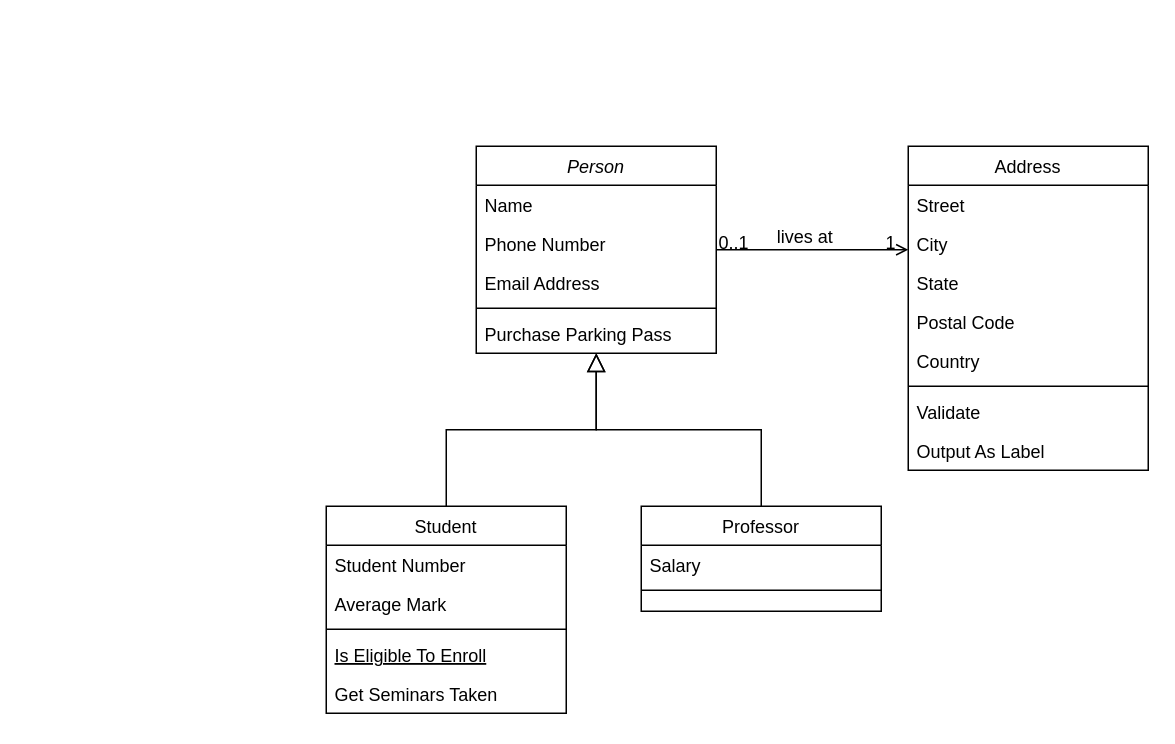
Before: Untitled Diagram.drawio in basselin2/IntroToPythonLCC, a draw.io diagram. Source tidied: cells renumbered, new cells numbered last; positions are measured from the earlier drawing's top-left corner, leaving out a move shared by most shapes. Both pictures are drawn from the tidied source at 150%, with x=0, y=0 at pixel (326, 146).
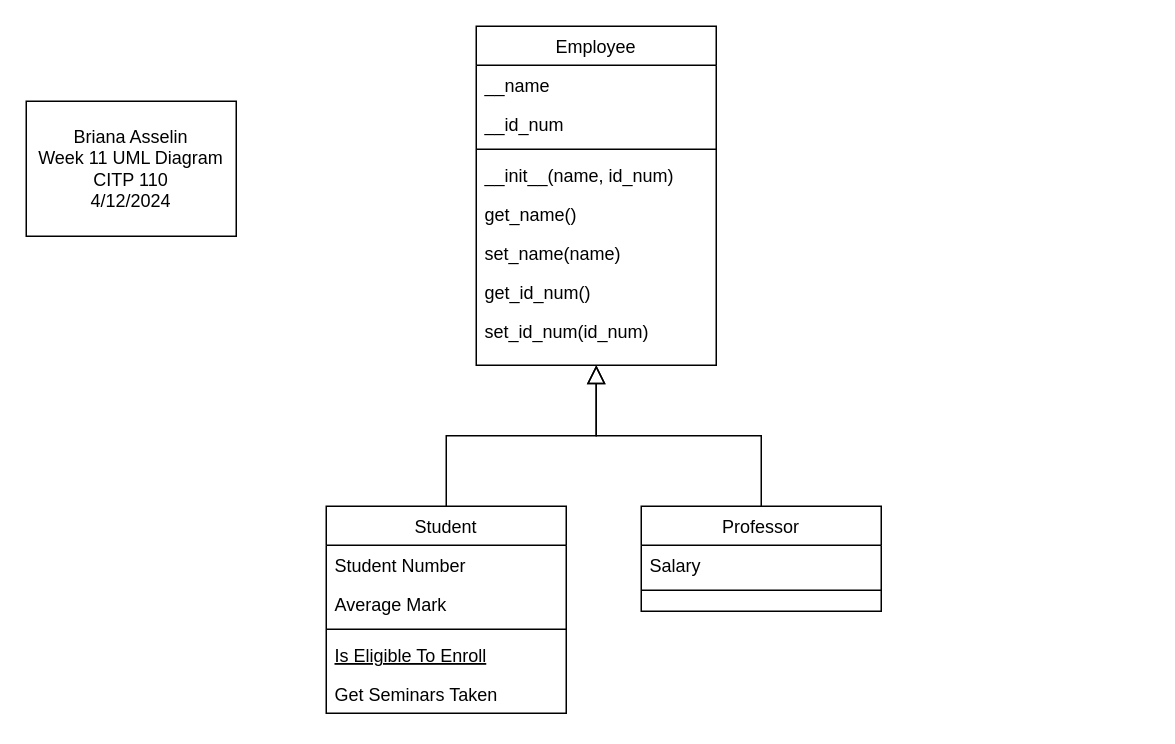
The same page after the edit.

What changed in the source:
```diff
@@
-    <mxCell id="2" value="Person" style="swimlane;fontStyle=2;align=center;verticalAlign=top;horizontal=1;startSize=26;rounded=0;shadow=0;strokeWidth=1;" parent="1" vertex="1">
-      <mxGeometry x="100" width="160" height="138" as="geometry" />
+    <mxCell id="2" value="Employee" style="swimlane;fontStyle=0;align=center;verticalAlign=top;horizontal=1;startSize=26;rounded=0;shadow=0;strokeWidth=1;" parent="1" vertex="1">
+      <mxGeometry x="100" y="-80" width="160" height="226" as="geometry" />
     </mxCell>
-    <mxCell id="3" value="Name" style="text;align=left;verticalAlign=top;spacingLeft=4;spacingRight=4;overflow=hidden;" parent="2" vertex="1">
+    <mxCell id="3" value="__name" style="text;align=left;verticalAlign=top;spacingLeft=4;spacingRight=4;overflow=hidden;" parent="2" vertex="1">
       <mxGeometry y="26" width="160" height="26" as="geometry" />
     </mxCell>
-    <mxCell id="4" value="Phone Number" style="text;align=left;verticalAlign=top;spacingLeft=4;spacingRight=4;overflow=hidden;rounded=0;shadow=0;html=0;" parent="2" vertex="1">
+    <mxCell id="4" value="__id_num" style="text;align=left;verticalAlign=top;spacingLeft=4;spacingRight=4;overflow=hidden;rounded=0;shadow=0;html=0;" parent="2" vertex="1">
       <mxGeometry y="52" width="160" height="26" as="geometry" />
     </mxCell>
-    <mxCell id="5" value="Email Address" style="text;align=left;verticalAlign=top;spacingLeft=4;spacingRight=4;overflow=hidden;rounded=0;shadow=0;html=0;" parent="2" vertex="1">
-      <mxGeometry y="78" width="160" height="26" as="geometry" />
-    </mxCell>
     <mxCell id="6" style="line;html=1;strokeWidth=1;align=left;verticalAlign=middle;spacingTop=-1;spacingLeft=3;spacingRight=3;labelPosition=right;" parent="2" vertex="1">
-      <mxGeometry y="104" width="160" height="8" as="geometry" />
+      <mxGeometry y="78" width="160" height="8" as="geometry" />
     </mxCell>
-    <mxCell id="7" value="Purchase Parking Pass" style="text;align=left;verticalAlign=top;spacingLeft=4;spacingRight=4;overflow=hidden;" parent="2" vertex="1">
-      <mxGeometry y="112" width="160" height="26" as="geometry" />
+    <mxCell id="7" value="__init__(name, id_num)" style="text;align=left;verticalAlign=top;spacingLeft=4;spacingRight=4;overflow=hidden;" parent="2" vertex="1">
+      <mxGeometry y="86" width="160" height="26" as="geometry" />
     </mxCell>
+    <mxCell id="32" value="get_name()" style="text;align=left;verticalAlign=top;spacingLeft=4;spacingRight=4;overflow=hidden;" parent="2" vertex="1">
+      <mxGeometry y="112" width="160" height="26" as="geometry" />
+    </mxCell>
+    <mxCell id="33" value="set_name(name)" style="text;align=left;verticalAlign=top;spacingLeft=4;spacingRight=4;overflow=hidden;" parent="2" vertex="1">
+      <mxGeometry y="138" width="160" height="26" as="geometry" />
+    </mxCell>
+    <mxCell id="34" value="get_id_num()" style="text;align=left;verticalAlign=top;spacingLeft=4;spacingRight=4;overflow=hidden;" parent="2" vertex="1">
+      <mxGeometry y="164" width="160" height="26" as="geometry" />
+    </mxCell>
+    <mxCell id="35" value="set_id_num(id_num)" style="text;align=left;verticalAlign=top;spacingLeft=4;spacingRight=4;overflow=hidden;" parent="2" vertex="1">
+      <mxGeometry y="190" width="160" height="26" as="geometry" />
+    </mxCell>
@@
-    <mxCell id="19" value="Address" style="swimlane;fontStyle=0;align=center;verticalAlign=top;horizontal=1;startSize=26;rounded=0;shadow=0;strokeWidth=1;" parent="1" vertex="1">
-      <mxGeometry x="388" width="160" height="216" as="geometry" />
-    </mxCell>
-    <mxCell id="20" value="Street" style="text;align=left;verticalAlign=top;spacingLeft=4;spacingRight=4;overflow=hidden;" parent="19" vertex="1">
-      <mxGeometry y="26" width="160" height="26" as="geometry" />
-    </mxCell>
-    <mxCell id="21" value="City" style="text;align=left;verticalAlign=top;spacingLeft=4;spacingRight=4;overflow=hidden;rounded=0;shadow=0;html=0;" parent="19" vertex="1">
-      <mxGeometry y="52" width="160" height="26" as="geometry" />
-    </mxCell>
-    <mxCell id="22" value="State" style="text;align=left;verticalAlign=top;spacingLeft=4;spacingRight=4;overflow=hidden;rounded=0;shadow=0;html=0;" parent="19" vertex="1">
-      <mxGeometry y="78" width="160" height="26" as="geometry" />
-    </mxCell>
-    <mxCell id="23" value="Postal Code" style="text;align=left;verticalAlign=top;spacingLeft=4;spacingRight=4;overflow=hidden;rounded=0;shadow=0;html=0;" parent="19" vertex="1">
-      <mxGeometry y="104" width="160" height="26" as="geometry" />
-    </mxCell>
-    <mxCell id="24" value="Country" style="text;align=left;verticalAlign=top;spacingLeft=4;spacingRight=4;overflow=hidden;rounded=0;shadow=0;html=0;" parent="19" vertex="1">
-      <mxGeometry y="130" width="160" height="26" as="geometry" />
-    </mxCell>
-    <mxCell id="25" style="line;html=1;strokeWidth=1;align=left;verticalAlign=middle;spacingTop=-1;spacingLeft=3;spacingRight=3;labelPosition=right;" parent="19" vertex="1">
-      <mxGeometry y="156" width="160" height="8" as="geometry" />
-    </mxCell>
-    <mxCell id="26" value="Validate" style="text;align=left;verticalAlign=top;spacingLeft=4;spacingRight=4;overflow=hidden;" parent="19" vertex="1">
-      <mxGeometry y="164" width="160" height="26" as="geometry" />
-    </mxCell>
-    <mxCell id="27" value="Output As Label" style="text;align=left;verticalAlign=top;spacingLeft=4;spacingRight=4;overflow=hidden;" parent="19" vertex="1">
-      <mxGeometry y="190" width="160" height="26" as="geometry" />
-    </mxCell>
-    <mxCell id="28" style="endArrow=open;shadow=0;strokeWidth=1;rounded=0;curved=0;endFill=1;edgeStyle=elbowEdgeStyle;elbow=vertical;" parent="1" edge="1" source="2" target="19">
-      <mxGeometry x="0.5" y="41" relative="1" as="geometry">
-        <mxPoint x="-40" y="32" as="offset" />
-      </mxGeometry>
-    </mxCell>
-    <mxCell id="29" value="0..1" style="align=left;verticalAlign=bottom;labelBackgroundColor=none;fontSize=12;" parent="28" vertex="1">
-      <mxGeometry x="-1" relative="1" as="geometry">
-        <mxPoint y="4" as="offset" />
-      </mxGeometry>
-    </mxCell>
-    <mxCell id="30" value="1" style="align=right;verticalAlign=bottom;labelBackgroundColor=none;fontSize=12;" parent="28" vertex="1">
-      <mxGeometry x="1" relative="1" as="geometry">
-        <mxPoint x="-7" y="4" as="offset" />
-      </mxGeometry>
-    </mxCell>
-    <mxCell id="31" value="lives at" style="text;html=1;align=center;verticalAlign=middle;labelBackgroundColor=none;rounded=0;shadow=0;strokeWidth=1;fontSize=12;" parent="28" vertex="1">
-      <mxGeometry x="0.5" y="49" relative="1" as="geometry">
-        <mxPoint x="-38" y="40" as="offset" />
-      </mxGeometry>
-    </mxCell>
+    <mxCell id="36" value="Briana Asselin&lt;div&gt;Week 11 UML Diagram&lt;br&gt;CITP 110&lt;/div&gt;&lt;div&gt;4/12/2024&lt;br&gt;&lt;/div&gt;" style="rounded=0;whiteSpace=wrap;html=1;" parent="1" vertex="1">
+      <mxGeometry x="-200" y="-30" width="140" height="90" as="geometry" />
+    </mxCell>
```
